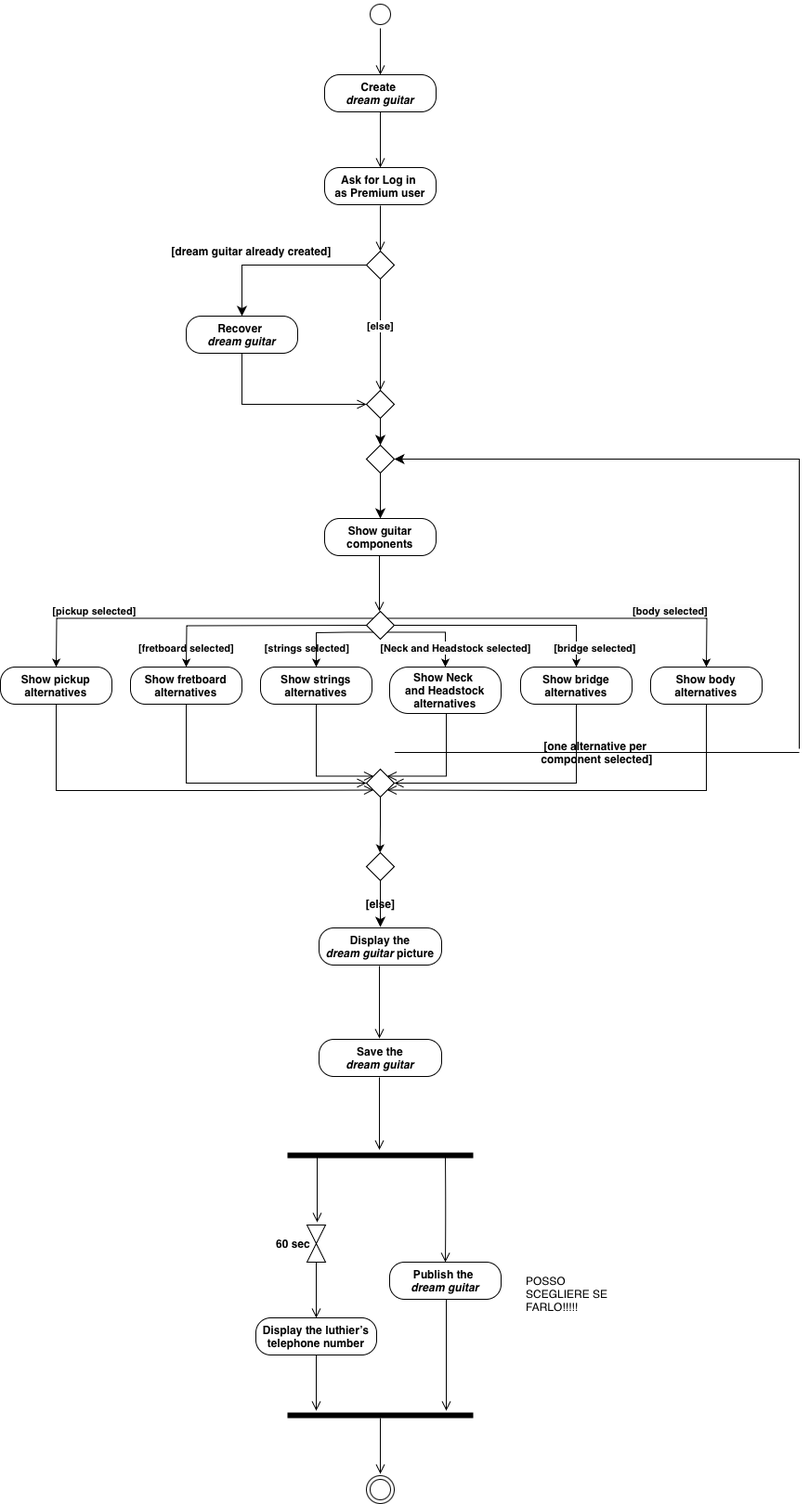
TizianoLilli/ISPW-Project keeps this draw.io diagram as ActivityDiagramT.drawio.png. Above is the earlier version. Source tidied: cells renumbered, new cells last; positions are measured from the earlier drawing's top-left corner, leaving out a move shared by most shapes.
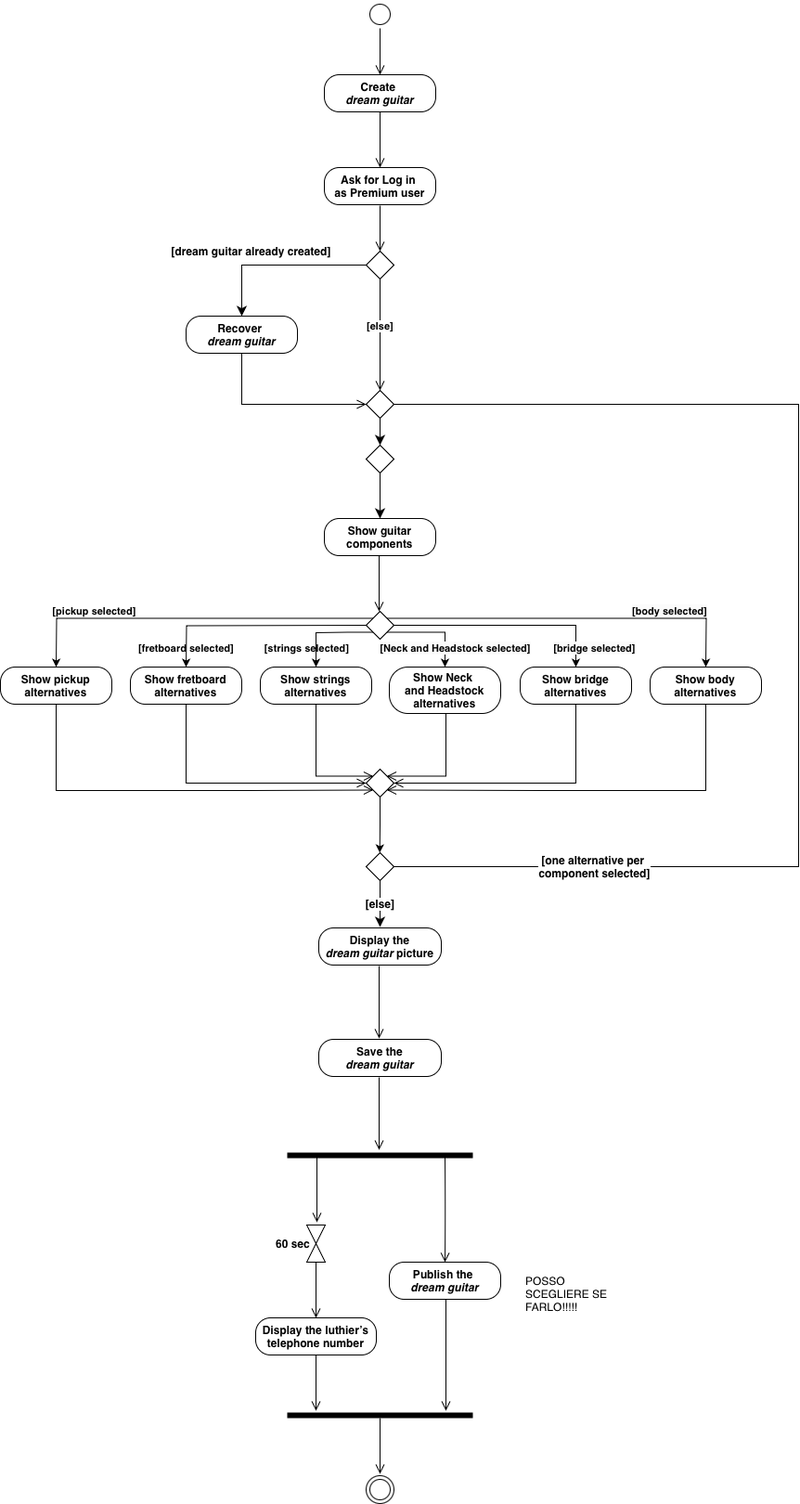
The same diagram one commit later.

What changed in the source:
```diff
@@ -148,15 +148,17 @@
     <mxCell id="30" style="rhombus;whiteSpace=wrap;html=1;labelBackgroundColor=none;" parent="1" vertex="1">
       <mxGeometry x="394" y="828" width="30" height="30" as="geometry" />
     </mxCell>
-    <mxCell id="31" value="[else]" style="edgeStyle=none;curved=1;rounded=0;jettySize=auto;html=1;exitX=0.5;exitY=1;exitDx=0;exitDy=0;fontSize=12;startSize=8;endSize=8;fontStyle=1;labelBackgroundColor=none;fontColor=default;" parent="1" edge="1" source="33">
+    <mxCell id="31" value="[else]" style="edgeStyle=none;curved=1;rounded=0;jettySize=auto;html=1;exitX=0.5;exitY=1;exitDx=0;exitDy=0;fontSize=12;startSize=8;endSize=8;fontStyle=1;labelBackgroundColor=default;fontColor=default;" parent="1" edge="1" source="33">
       <mxGeometry relative="1" as="geometry">
         <mxPoint x="409" y="998" as="targetPoint" />
       </mxGeometry>
     </mxCell>
-    <mxCell id="32" value="[one alternative per&amp;nbsp;&lt;div&gt;component selected]&lt;/div&gt;" style="edgeStyle=none;curved=1;rounded=0;orthogonalLoop=1;jettySize=auto;html=1;exitX=1;exitY=0.5;exitDx=0;exitDy=0;fontSize=12;startSize=8;endSize=8;fontStyle=1;endArrow=none;endFill=0;labelBackgroundColor=none;fontColor=default;" parent="1" edge="1">
-      <mxGeometry relative="1" as="geometry">
-        <mxPoint x="424" y="810" as="sourcePoint" />
-        <mxPoint x="860" y="810" as="targetPoint" />
+    <mxCell id="32" value="[one alternative per&amp;nbsp;&lt;div&gt;component selected]&lt;/div&gt;" style="edgeStyle=none;curved=0;rounded=0;jettySize=auto;html=1;exitX=1;exitY=0.5;exitDx=0;exitDy=0;fontSize=12;startSize=8;endSize=8;fontStyle=1;endArrow=none;endFill=0;labelBackgroundColor=default;fontColor=default;entryX=1;entryY=0.5;entryDx=0;entryDy=0;" parent="1" edge="1" source="33" target="59">
+      <mxGeometry x="-0.68" relative="1" as="geometry">
+        <Array as="points">
+          <mxPoint x="860" y="933" />
+          <mxPoint x="860" y="435" />
+        </Array>
       </mxGeometry>
     </mxCell>
     <mxCell id="33" style="rhombus;whiteSpace=wrap;html=1;labelBackgroundColor=none;" parent="1" vertex="1">
@@ -168,14 +170,6 @@
     <mxCell id="35" style="rhombus;whiteSpace=wrap;html=1;labelBackgroundColor=none;" parent="1" vertex="1">
       <mxGeometry x="394" y="479" width="30" height="30" as="geometry" />
     </mxCell>
-    <mxCell id="36" style="edgeStyle=none;jettySize=auto;html=1;rounded=0;fontSize=12;startSize=8;endSize=8;curved=0;entryX=1;entryY=0.5;entryDx=0;entryDy=0;labelBackgroundColor=none;fontColor=default;" parent="1" edge="1" target="35">
-      <mxGeometry relative="1" as="geometry">
-        <mxPoint x="860" y="806" as="sourcePoint" />
-        <Array as="points">
-          <mxPoint x="860" y="494" />
-        </Array>
-      </mxGeometry>
-    </mxCell>
     <mxCell id="37" value="&lt;b&gt;Display the&lt;/b&gt;&lt;div&gt;&lt;b&gt;&lt;i&gt;dream guitar &lt;/i&gt;picture&lt;/b&gt;&lt;/div&gt;" style="rounded=1;whiteSpace=wrap;html=1;arcSize=40;labelBackgroundColor=none;" parent="1" vertex="1">
       <mxGeometry x="343" y="999" width="132" height="40" as="geometry" />
     </mxCell>
```
